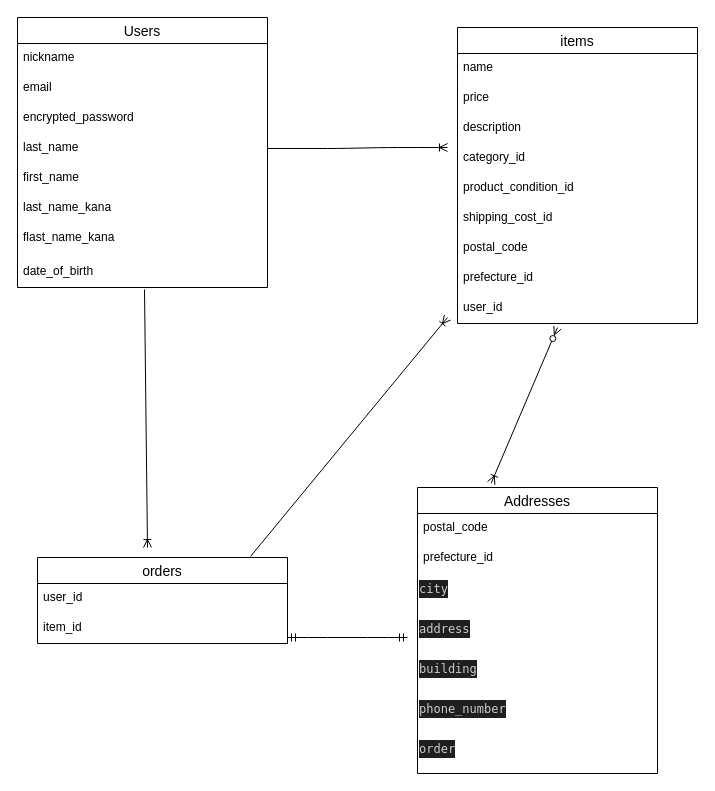
Above: page "ページ1" (1 of 2) of app/views/test.dio in asoy1206upi/furima-39647 (draw.io), before the change. Source tidied: cells renumbered, new cells numbered last; positions are measured from the earlier drawing's top-left corner, leaving out a move shared by most shapes. Both pictures are drawn from the tidied source at 100%, with x=0, y=0 at pixel (17, 17).
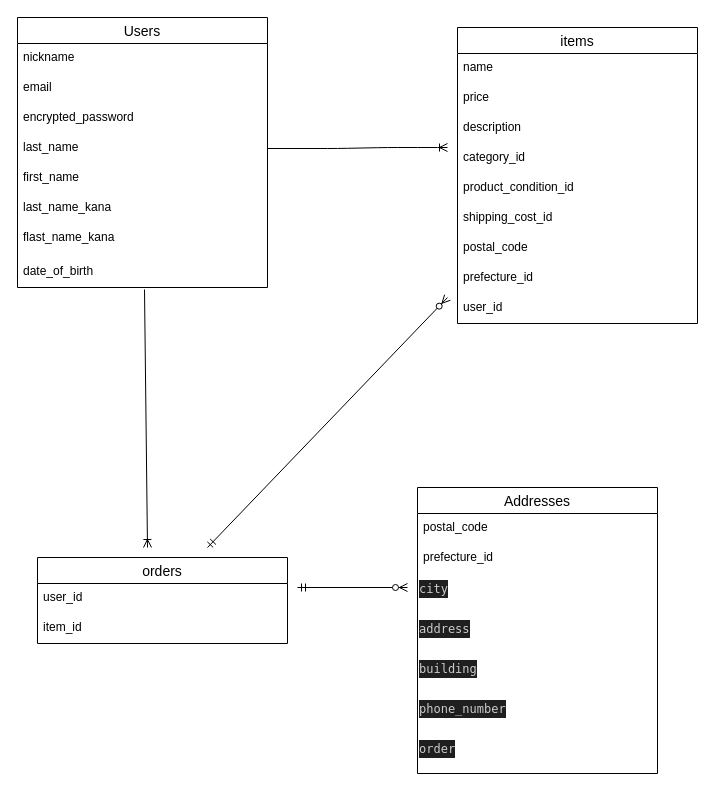
The same diagram, later.

Commit message (it also covers changes not shown here):
アソシエーション線引き

Unchanged cells that the change refers to:
```xml
<mxCell id="22" value="Addresses" style="swimlane;fontStyle=0;horizontal=1;startSize=26;align=center;fontSize=14;" parent="1" vertex="1">
  <mxGeometry x="400" y="470" width="240" height="286" as="geometry" />
</mxCell>
<mxCell id="30" value="orders" style="swimlane;fontStyle=0;horizontal=1;startSize=26;align=center;fontSize=14;" parent="1" vertex="1">
  <mxGeometry x="20" y="540" width="250" height="86" as="geometry" />
</mxCell>
```

The edit, as a diff of the source:
```diff
@@
-    <mxCell id="21" style="fontSize=12;html=1;endArrow=ERoneToMany;startArrow=ERzeroToMany;entryX=0.307;entryY=-0.015;entryDx=0;entryDy=0;entryPerimeter=0;" parent="1" edge="1" target="22">
-      <mxGeometry relative="1" as="geometry">
-        <mxPoint x="540" y="310" as="sourcePoint" />
-      </mxGeometry>
-    </mxCell>
@@
-    <mxCell id="33" style="fontSize=12;html=1;endArrow=ERoneToMany;exitX=0.852;exitY=-0.012;exitDx=0;exitDy=0;exitPerimeter=0;" parent="1" edge="1" source="30">
-      <mxGeometry relative="1" as="geometry">
-        <mxPoint x="430" y="300" as="targetPoint" />
-      </mxGeometry>
-    </mxCell>
@@
-    <mxCell id="35" style="edgeStyle=entityRelationEdgeStyle;fontSize=12;html=1;endArrow=ERmandOne;startArrow=ERmandOne;" parent="1" edge="1">
-      <mxGeometry relative="1" as="geometry">
-        <mxPoint x="270" y="620" as="sourcePoint" />
-        <mxPoint x="390" y="620" as="targetPoint" />
-      </mxGeometry>
-    </mxCell>
@@
+    <mxCell id="37" style="fontSize=12;html=1;endArrow=ERzeroToMany;startArrow=ERmandOne;" parent="1" edge="1">
+      <mxGeometry relative="1" as="geometry">
+        <mxPoint x="190" y="530" as="sourcePoint" />
+        <mxPoint x="430" y="280" as="targetPoint" />
+      </mxGeometry>
+    </mxCell>
+    <mxCell id="38" style="fontSize=12;html=1;endArrow=ERzeroToMany;startArrow=ERmandOne;" parent="1" edge="1">
+      <mxGeometry relative="1" as="geometry">
+        <mxPoint x="280" y="570" as="sourcePoint" />
+        <mxPoint x="390" y="570" as="targetPoint" />
+      </mxGeometry>
+    </mxCell>
```
